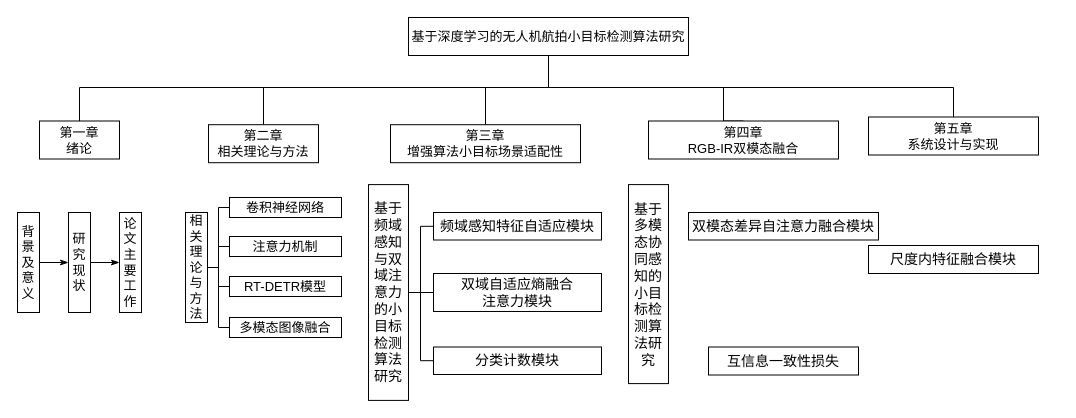
DingDongZz/typera_PicGO keeps this draw.io diagram as DrawIO_file/毕业论文画图/章节安排结构图.drawio. Above is the earlier version. Source tidied: cells renumbered, new cells numbered last; positions are measured from the earlier drawing's top-left corner, leaving out a move shared by most shapes. Both pictures are drawn from the tidied source at 100%, with x=0, y=0 at pixel (17, 17).
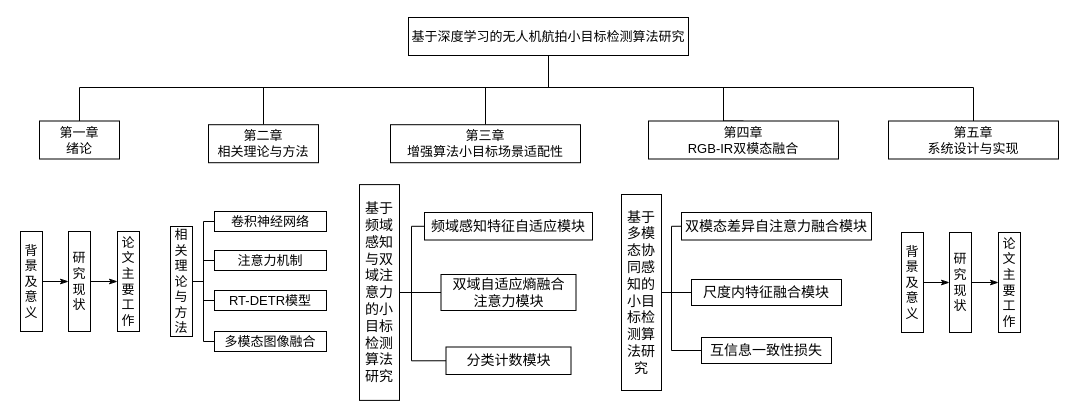
The same diagram, later.

Commit message (it also covers changes not shown here):
更新章节安排结构图.drawio

The change refers to these unchanged cells:
```xml
<mxCell id="7" value="基于深度学习的无人机航拍小目标检测算法研究" style="rounded=0;whiteSpace=wrap;html=1;fontFamily=宋体;fontSize=13;" parent="1" vertex="1">
  <mxGeometry x="391" width="280" height="38" as="geometry" />
</mxCell>
```

What changed in the source:
```diff
@@
     <mxCell id="5" style="edgeStyle=orthogonalEdgeStyle;shape=connector;rounded=0;jettySize=auto;html=1;entryX=0.5;entryY=0;entryDx=0;entryDy=0;strokeColor=default;align=center;verticalAlign=middle;fontFamily=宋体;fontSize=13;fontColor=default;labelBackgroundColor=default;startFill=0;endArrow=none;" parent="1" edge="1" source="7" target="12">
       <mxGeometry relative="1" as="geometry">
         <Array as="points">
           <mxPoint x="531" y="70" />
-          <mxPoint x="936" y="70" />
+          <mxPoint x="956" y="70" />
         </Array>
       </mxGeometry>
     </mxCell>
@@
     <mxCell id="12" value="第五章&lt;div&gt;&lt;span&gt;系统设计与实现&lt;/span&gt;&lt;/div&gt;" style="rounded=0;whiteSpace=wrap;html=1;fontFamily=宋体;fontSize=13;" parent="1" vertex="1">
-      <mxGeometry x="851" y="99.5" width="170" height="38" as="geometry" />
+      <mxGeometry x="871" y="103.5" width="170" height="38" as="geometry" />
     </mxCell>
     <mxCell id="13" style="edgeStyle=orthogonalEdgeStyle;rounded=0;orthogonalLoop=1;jettySize=auto;html=1;entryX=0;entryY=0.5;entryDx=0;entryDy=0;endArrow=none;startFill=0;" parent="1" edge="1">
       <mxGeometry relative="1" as="geometry">
-        <mxPoint x="396" y="275" as="sourcePoint" />
-        <mxPoint x="418" y="208.8" as="targetPoint" />
+        <mxPoint x="387" y="275" as="sourcePoint" />
+        <mxPoint x="409" y="208.8" as="targetPoint" />
         <Array as="points">
-          <mxPoint x="403" y="275" />
-          <mxPoint x="403" y="209" />
+          <mxPoint x="394" y="275" />
+          <mxPoint x="394" y="209" />
         </Array>
       </mxGeometry>
     </mxCell>
-    <mxCell id="14" style="edgeStyle=orthogonalEdgeStyle;shape=connector;rounded=0;orthogonalLoop=1;jettySize=auto;html=1;entryX=0;entryY=0.5;entryDx=0;entryDy=0;strokeColor=default;align=center;verticalAlign=middle;fontFamily=Helvetica;fontSize=11;fontColor=default;labelBackgroundColor=default;startFill=0;endArrow=none;" parent="1" edge="1">
+    <mxCell id="14" style="edgeStyle=orthogonalEdgeStyle;shape=connector;rounded=0;jettySize=auto;html=1;entryX=0;entryY=0.5;entryDx=0;entryDy=0;strokeColor=default;align=center;verticalAlign=middle;fontFamily=Helvetica;fontSize=11;fontColor=default;labelBackgroundColor=default;startFill=0;endArrow=none;" parent="1" edge="1" target="36">
       <mxGeometry relative="1" as="geometry">
-        <mxPoint x="398" y="275" as="sourcePoint" />
-        <mxPoint x="418" y="343.2" as="targetPoint" />
+        <mxPoint x="389" y="275" as="sourcePoint" />
         <Array as="points">
-          <mxPoint x="403" y="275" />
-          <mxPoint x="403" y="343" />
+          <mxPoint x="394" y="275" />
+          <mxPoint x="394" y="343" />
         </Array>
       </mxGeometry>
     </mxCell>
@@
     <mxCell id="16" value="&lt;span style=&quot;font-size: 10.5pt;&quot;&gt;基于频域感知与双域注意力的小目标检测算法研究&lt;/span&gt;" style="rounded=0;whiteSpace=wrap;html=1;fontFamily=宋体;fontSize=13;fontColor=default;labelBackgroundColor=default;horizontal=1;verticalAlign=middle;" parent="1" vertex="1">
-      <mxGeometry x="351" y="167.1" width="40" height="215.8" as="geometry" />
+      <mxGeometry x="342" y="167.1" width="40" height="215.8" as="geometry" />
     </mxCell>
     <mxCell id="17" style="group;fontFamily=宋体;fontSize=13;" parent="1" vertex="1">
-      <mxGeometry y="195" width="124" height="100" as="geometry" />
+      <mxGeometry y="214" width="124" height="100" as="geometry" />
     </mxCell>
@@
     <mxCell id="19" value="背景及意义" style="rounded=0;whiteSpace=wrap;html=1;fontFamily=宋体;fontSize=13;fontColor=default;labelBackgroundColor=default;horizontal=1;verticalAlign=middle;" parent="17" vertex="1">
-      <mxGeometry width="22" height="100" as="geometry" />
+      <mxGeometry x="3" width="22" height="100" as="geometry" />
     </mxCell>
@@
     <mxCell id="22" value="论文主要工作" style="rounded=0;whiteSpace=wrap;html=1;fontFamily=宋体;fontSize=13;fontColor=default;labelBackgroundColor=default;horizontal=1;verticalAlign=middle;" parent="17" vertex="1">
-      <mxGeometry x="102" width="22" height="100" as="geometry" />
+      <mxGeometry x="100" width="22" height="100" as="geometry" />
     </mxCell>
     <mxCell id="23" style="group;fontFamily=宋体;fontSize=13;" parent="1" vertex="1">
-      <mxGeometry x="168" y="180" width="156" height="140" as="geometry" />
+      <mxGeometry x="153" y="194" width="156" height="140" as="geometry" />
     </mxCell>
@@
     <mxCell id="34" value="&lt;span style=&quot;font-size: 10.5pt;&quot;&gt;频域感知特征自适应模块&lt;/span&gt;" style="rounded=0;whiteSpace=wrap;html=1;fontFamily=宋体;fontSize=13;fontColor=default;labelBackgroundColor=default;horizontal=1;verticalAlign=middle;" parent="1" vertex="1">
-      <mxGeometry x="416" y="195" width="168" height="27.5" as="geometry" />
+      <mxGeometry x="407" y="195" width="168" height="27.5" as="geometry" />
     </mxCell>
     <mxCell id="35" value="&lt;span style=&quot;font-size: 10.5pt;&quot;&gt;双域自适应熵融合&lt;/span&gt;&lt;div&gt;&lt;span style=&quot;font-size: 10.5pt;&quot;&gt;注意力模块&lt;/span&gt;&lt;/div&gt;" style="rounded=0;whiteSpace=wrap;html=1;fontFamily=宋体;fontSize=13;fontColor=default;labelBackgroundColor=default;horizontal=1;verticalAlign=middle;" parent="1" vertex="1">
-      <mxGeometry x="416" y="256" width="168" height="38" as="geometry" />
+      <mxGeometry x="423.5" y="257" width="135" height="36" as="geometry" />
     </mxCell>
     <mxCell id="36" value="&lt;span style=&quot;font-size: 10.5pt;&quot;&gt;分类计数模块&lt;/span&gt;" style="rounded=0;whiteSpace=wrap;html=1;fontFamily=宋体;fontSize=13;fontColor=default;labelBackgroundColor=default;horizontal=1;verticalAlign=middle;" parent="1" vertex="1">
-      <mxGeometry x="416" y="329.5" width="168" height="27.5" as="geometry" />
+      <mxGeometry x="428.5" y="329.5" width="125" height="27.5" as="geometry" />
     </mxCell>
+    <mxCell id="41" style="edgeStyle=orthogonalEdgeStyle;shape=connector;rounded=0;jettySize=auto;html=1;entryX=0;entryY=0.5;entryDx=0;entryDy=0;strokeColor=default;align=center;verticalAlign=middle;fontFamily=Helvetica;fontSize=11;fontColor=default;labelBackgroundColor=default;startFill=0;endArrow=none;" parent="1" edge="1" source="37" target="38">
+      <mxGeometry relative="1" as="geometry" />
+    </mxCell>
+    <mxCell id="42" style="edgeStyle=orthogonalEdgeStyle;shape=connector;rounded=0;jettySize=auto;html=1;entryX=0;entryY=0.5;entryDx=0;entryDy=0;strokeColor=default;align=center;verticalAlign=middle;fontFamily=Helvetica;fontSize=11;fontColor=default;labelBackgroundColor=default;startFill=0;endArrow=none;" parent="1" edge="1" source="37" target="39">
+      <mxGeometry relative="1" as="geometry">
+        <Array as="points">
+          <mxPoint x="654" y="275" />
+          <mxPoint x="654" y="209" />
+        </Array>
+      </mxGeometry>
+    </mxCell>
+    <mxCell id="43" style="edgeStyle=orthogonalEdgeStyle;shape=connector;rounded=0;jettySize=auto;html=1;entryX=0;entryY=0.5;entryDx=0;entryDy=0;strokeColor=default;align=center;verticalAlign=middle;fontFamily=Helvetica;fontSize=11;fontColor=default;labelBackgroundColor=default;startFill=0;endArrow=none;" parent="1" edge="1" source="37" target="40">
+      <mxGeometry relative="1" as="geometry">
+        <Array as="points">
+          <mxPoint x="654" y="275" />
+          <mxPoint x="654" y="333" />
+        </Array>
+      </mxGeometry>
+    </mxCell>
     <mxCell id="37" value="&lt;span style=&quot;font-size: 10.5pt;&quot;&gt;基于多模态协同感知的小目标检测算法研究&lt;/span&gt;" style="rounded=0;whiteSpace=wrap;html=1;fontFamily=宋体;fontSize=13;fontColor=default;labelBackgroundColor=default;horizontal=1;verticalAlign=middle;" parent="1" vertex="1">
-      <mxGeometry x="611" y="167.1" width="40" height="199" as="geometry" />
+      <mxGeometry x="604" y="177" width="40" height="196" as="geometry" />
     </mxCell>
     <mxCell id="38" value="&lt;span style=&quot;font-size: 10.5pt;&quot;&gt;尺度内特征融合模块&lt;/span&gt;" style="rounded=0;whiteSpace=wrap;html=1;fontFamily=宋体;fontSize=13;fontColor=default;labelBackgroundColor=default;horizontal=1;verticalAlign=middle;" parent="1" vertex="1">
-      <mxGeometry x="851" y="228" width="170" height="28" as="geometry" />
+      <mxGeometry x="674" y="262" width="150" height="26" as="geometry" />
     </mxCell>
     <mxCell id="39" value="&lt;span style=&quot;font-size: 14px;&quot;&gt;双模态差异自注意力融合模块&lt;/span&gt;" style="rounded=0;whiteSpace=wrap;html=1;fontFamily=宋体;fontSize=13;fontColor=default;labelBackgroundColor=default;horizontal=1;verticalAlign=middle;" parent="1" vertex="1">
-      <mxGeometry x="671" y="195" width="190" height="27.5" as="geometry" />
+      <mxGeometry x="664" y="195" width="190" height="27.5" as="geometry" />
     </mxCell>
     <mxCell id="40" value="&lt;span style=&quot;font-size: 14px;&quot;&gt;互信息一致性损失&lt;/span&gt;" style="rounded=0;whiteSpace=wrap;html=1;fontFamily=宋体;fontSize=13;fontColor=default;labelBackgroundColor=default;horizontal=1;verticalAlign=middle;" parent="1" vertex="1">
-      <mxGeometry x="691" y="329.5" width="150" height="28" as="geometry" />
+      <mxGeometry x="684" y="320" width="130" height="26" as="geometry" />
     </mxCell>
+    <mxCell id="44" style="group;fontFamily=宋体;fontSize=13;" parent="1" vertex="1">
+      <mxGeometry x="881" y="215" width="124" height="100" as="geometry" />
+    </mxCell>
+    <mxCell id="45" style="edgeStyle=orthogonalEdgeStyle;shape=connector;rounded=0;jettySize=auto;html=1;entryX=0;entryY=0.5;entryDx=0;entryDy=0;strokeColor=default;align=center;verticalAlign=middle;fontFamily=宋体;fontSize=13;fontColor=default;labelBackgroundColor=default;startFill=0;endArrow=classicThin;endFill=1;" parent="44" edge="1" source="46" target="48">
+      <mxGeometry relative="1" as="geometry" />
+    </mxCell>
+    <mxCell id="46" value="背景及意义" style="rounded=0;whiteSpace=wrap;html=1;fontFamily=宋体;fontSize=13;fontColor=default;labelBackgroundColor=default;horizontal=1;verticalAlign=middle;" parent="44" vertex="1">
+      <mxGeometry x="3" width="22" height="100" as="geometry" />
+    </mxCell>
+    <mxCell id="47" style="edgeStyle=orthogonalEdgeStyle;shape=connector;rounded=0;jettySize=auto;html=1;entryX=0;entryY=0.5;entryDx=0;entryDy=0;strokeColor=default;align=center;verticalAlign=middle;fontFamily=宋体;fontSize=13;fontColor=default;labelBackgroundColor=default;startFill=0;endArrow=classicThin;endFill=1;" parent="44" edge="1" source="48" target="49">
+      <mxGeometry relative="1" as="geometry" />
+    </mxCell>
+    <mxCell id="48" value="研究现状" style="rounded=0;whiteSpace=wrap;html=1;fontFamily=宋体;fontSize=13;fontColor=default;labelBackgroundColor=default;horizontal=1;verticalAlign=middle;" parent="44" vertex="1">
+      <mxGeometry x="51" width="22" height="100" as="geometry" />
+    </mxCell>
+    <mxCell id="49" value="论文主要工作" style="rounded=0;whiteSpace=wrap;html=1;fontFamily=宋体;fontSize=13;fontColor=default;labelBackgroundColor=default;horizontal=1;verticalAlign=middle;" parent="44" vertex="1">
+      <mxGeometry x="100" width="22" height="100" as="geometry" />
+    </mxCell>
```
